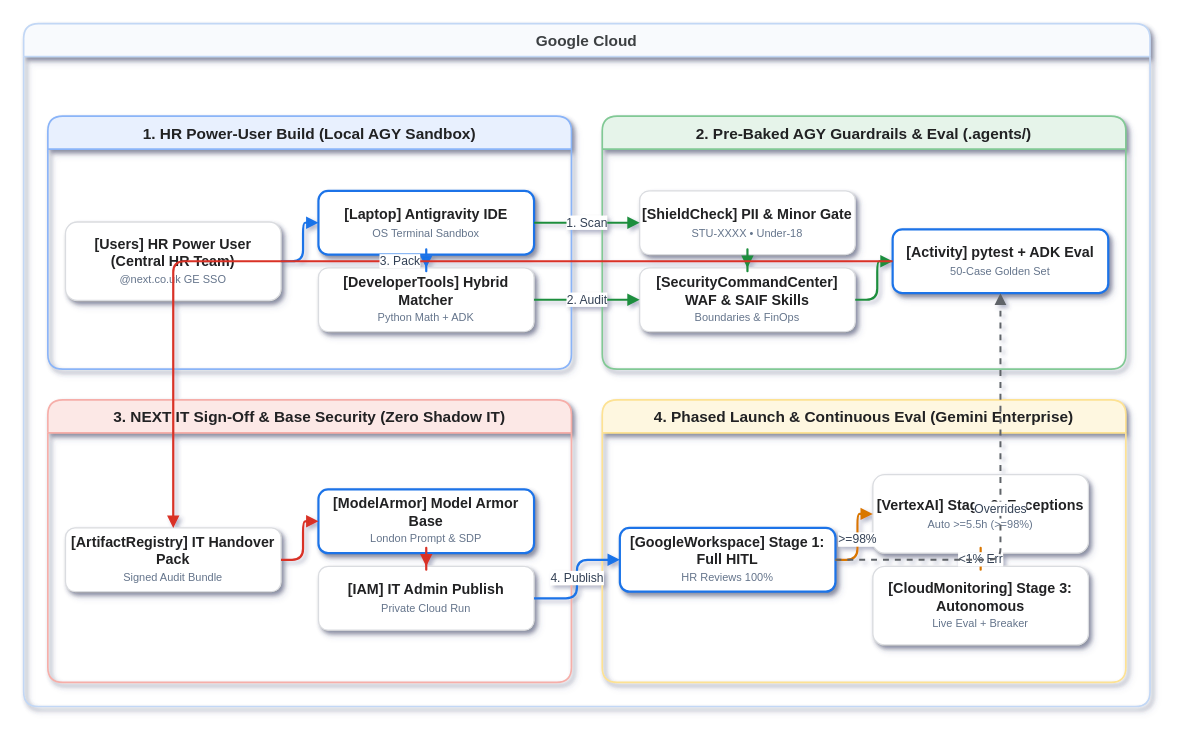
Before: diagrams/next_governance_pipeline.drawio in yenchau-google/talent-management, a draw.io diagram. Source tidied: cells renumbered, new cells numbered last; positions are measured from the earlier drawing's top-left corner, leaving out a move shared by most shapes. Both pictures are drawn from the tidied source at 110%, with x=0, y=0 at pixel (23, 23).
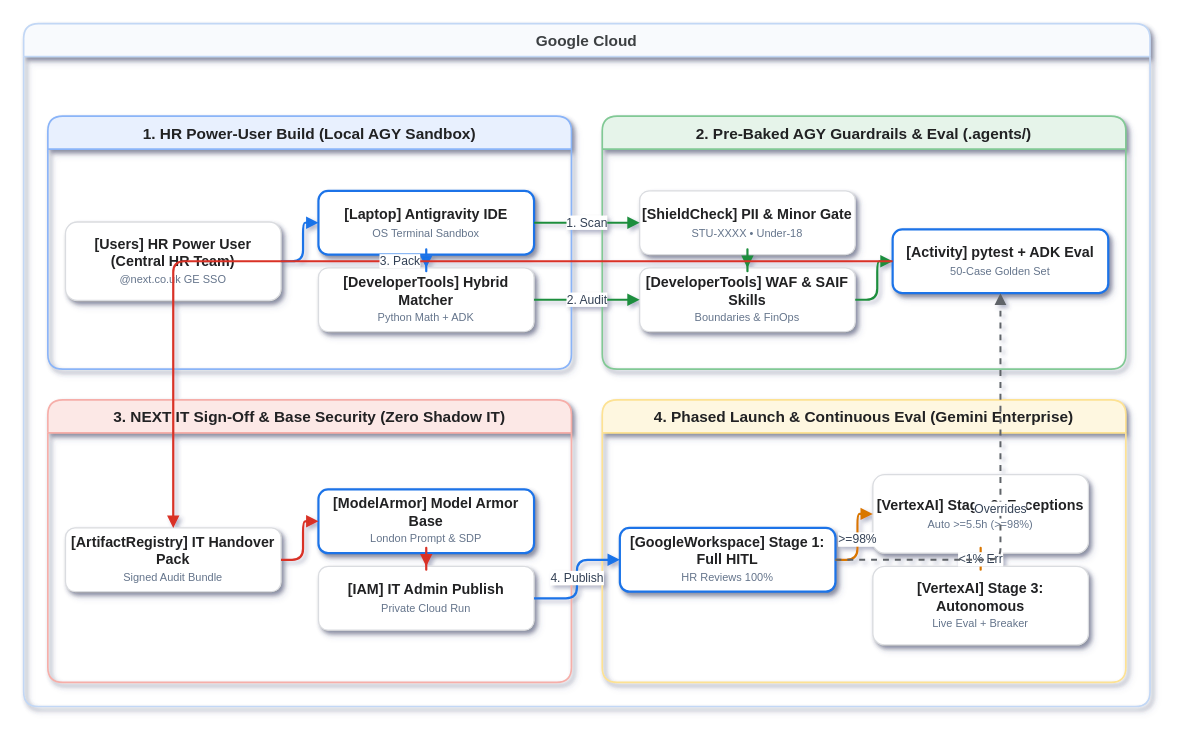
The same diagram, later.

Unchanged cells that the change refers to:
```xml
<mxCell id="6" style="group;html=1;fillColor=none;strokeColor=none;" parent="5" vertex="1">
  <mxGeometry x="16" y="50" width="232" height="164" as="geometry" />
</mxCell>
<mxCell id="10" style="group;html=1;fillColor=none;strokeColor=none;" parent="9" vertex="1">
  <mxGeometry x="228" y="50" width="232" height="190.8" as="geometry" />
</mxCell>
```

Change to the diagram source:
```diff
@@
-    <mxCell id="15" value="&lt;b&gt;[SecurityCommandCenter] WAF &amp; SAIF Skills&lt;/b&gt;&lt;br&gt;&lt;font color='#64748B' size='1'&gt;Boundaries &amp; FinOps&lt;/font&gt;" style="rounded=1;arcSize=15;whiteSpace=wrap;html=1;fillColor=#ffffff;strokeColor=#dadce0;strokeWidth=1.2;fontColor=#202124;fontSize=13;shadow=1;" parent="6" vertex="1">
+    <mxCell id="15" value="&lt;b&gt;[DeveloperTools] WAF &amp; SAIF Skills&lt;/b&gt;&lt;br&gt;&lt;font color='#64748B' size='1'&gt;Boundaries &amp; FinOps&lt;/font&gt;" style="rounded=1;arcSize=15;whiteSpace=wrap;html=1;fillColor=#ffffff;strokeColor=#dadce0;strokeWidth=1.2;fontColor=#202124;fontSize=13;shadow=1;" parent="6" vertex="1">
       <mxGeometry x="18" y="88" width="196" height="58" as="geometry" />
     </mxCell>
@@
-    <mxCell id="22" value="&lt;b&gt;[CloudMonitoring] Stage 3: Autonomous&lt;/b&gt;&lt;br&gt;&lt;font color='#64748B' size='1'&gt;Live Eval + Breaker&lt;/font&gt;" style="rounded=1;arcSize=15;whiteSpace=wrap;html=1;fillColor=#ffffff;strokeColor=#dadce0;strokeWidth=1.2;fontColor=#202124;fontSize=13;shadow=1;" parent="10" vertex="1">
+    <mxCell id="22" value="&lt;b&gt;[VertexAI] Stage 3: Autonomous&lt;/b&gt;&lt;br&gt;&lt;font color='#64748B' size='1'&gt;Live Eval + Breaker&lt;/font&gt;" style="rounded=1;arcSize=15;whiteSpace=wrap;html=1;fillColor=#ffffff;strokeColor=#dadce0;strokeWidth=1.2;fontColor=#202124;fontSize=13;shadow=1;" parent="10" vertex="1">
       <mxGeometry x="18" y="101.4" width="196" height="71.4" as="geometry" />
     </mxCell>
```
